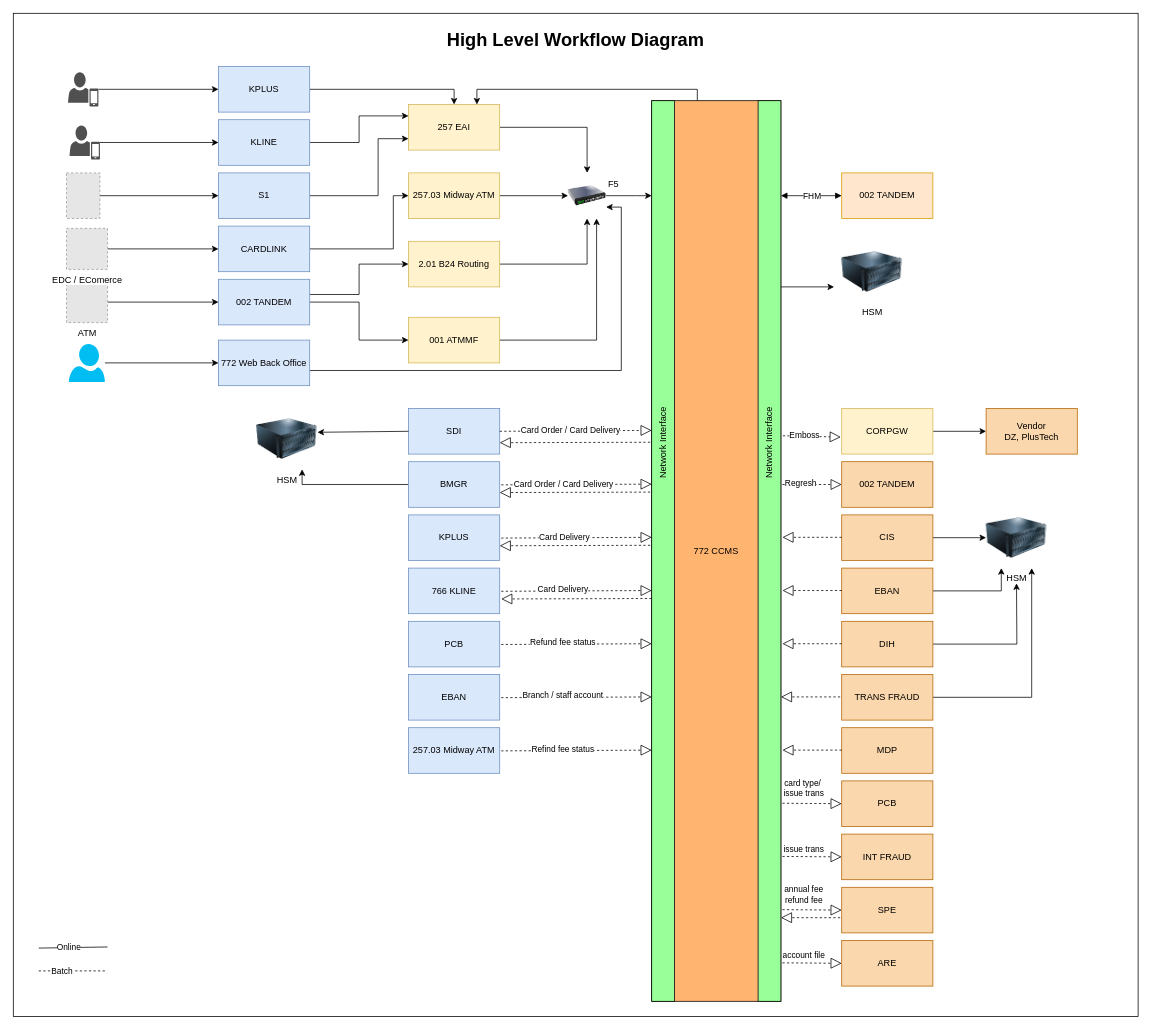
chawaratr/drawio keeps this draw.io diagram as page "High Level Diagram" (2 of 7) of CCMS_Diagram.drawio. Above is the earlier version. Source tidied: cells renumbered, new cells numbered last; positions are measured from the earlier drawing's top-left corner, leaving out a move shared by most shapes. Both pictures are drawn from the tidied source at 76%, with x=0, y=0 at pixel (13, 13). Pictures stored in the file or linked from it are replaced by grey dashed boxes.
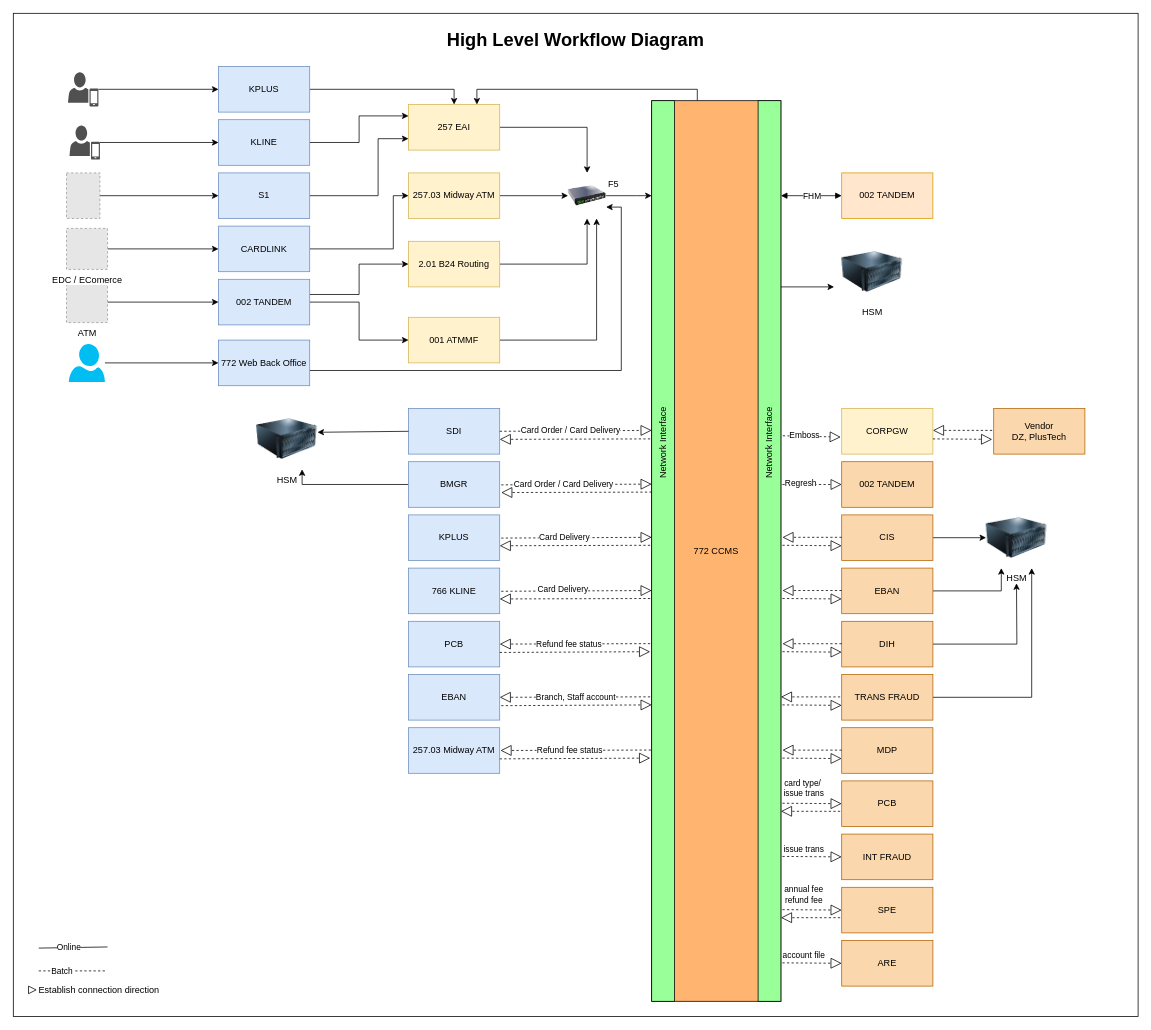
After the change.

Unchanged cells that the change refers to:
```xml
<mxCell id="26" value="SDI" style="rounded=0;whiteSpace=wrap;html=1;fillColor=#dae8fc;strokeColor=#6c8ebf;" parent="1" vertex="1">
  <mxGeometry x="520" y="520" width="120" height="60" as="geometry" />
</mxCell>
<mxCell id="40" value="CORPGW" style="rounded=0;whiteSpace=wrap;html=1;fillColor=#fff2cc;strokeColor=#d6b656;" parent="1" vertex="1">
  <mxGeometry x="1090" y="520" width="120" height="60" as="geometry" />
</mxCell>
```

Change to the diagram source:
```diff
@@
-    <mxCell id="39" style="edgeStyle=orthogonalEdgeStyle;rounded=0;jettySize=auto;html=1;" parent="1" edge="1" source="40" target="88">
-      <mxGeometry relative="1" as="geometry" />
-    </mxCell>
@@
     <mxCell id="88" value="Vendor&lt;div&gt;DZ, PlusTech&lt;/div&gt;" style="rounded=0;whiteSpace=wrap;html=1;fillColor=#fad7ac;strokeColor=#b46504;" parent="1" vertex="1">
-      <mxGeometry x="1280" y="520" width="120" height="60" as="geometry" />
+      <mxGeometry x="1290" y="520" width="120" height="60" as="geometry" />
     </mxCell>
@@
-    <mxCell id="90" style="endArrow=block;dashed=1;endFill=0;endSize=12;html=1;rounded=0;entryX=-0.018;entryY=0.599;entryDx=0;entryDy=0;entryPerimeter=0;exitX=1;exitY=0.5;exitDx=0;exitDy=0;" parent="1" edge="1">
-      <mxGeometry relative="1" as="geometry">
-        <mxPoint x="642" y="830.5" as="sourcePoint" />
-        <mxPoint x="840" y="829.5" as="targetPoint" />
-      </mxGeometry>
-    </mxCell>
-    <mxCell id="91" value="Refund fee status" style="edgeLabel;html=1;align=center;verticalAlign=middle;" parent="90" vertex="1">
-      <mxGeometry x="-0.17" y="3" relative="1" as="geometry">
-        <mxPoint x="-1" as="offset" />
-      </mxGeometry>
-    </mxCell>
@@
-    <mxCell id="101" style="endArrow=block;dashed=1;endFill=0;endSize=12;html=1;rounded=0;entryX=1.015;entryY=0.491;entryDx=0;entryDy=0;entryPerimeter=0;exitX=0;exitY=0.5;exitDx=0;exitDy=0;" parent="1" edge="1">
-      <mxGeometry relative="1" as="geometry">
-        <mxPoint x="1088" y="1190" as="sourcePoint" />
-        <mxPoint x="1010" y="1190" as="targetPoint" />
-      </mxGeometry>
-    </mxCell>
@@
-    <mxCell id="103" style="endArrow=block;dashed=1;endFill=0;endSize=12;html=1;rounded=0;entryX=-0.018;entryY=0.599;entryDx=0;entryDy=0;entryPerimeter=0;exitX=1;exitY=0.5;exitDx=0;exitDy=0;" parent="1" edge="1">
-      <mxGeometry relative="1" as="geometry">
-        <mxPoint x="642" y="900.5" as="sourcePoint" />
-        <mxPoint x="840" y="899.5" as="targetPoint" />
-      </mxGeometry>
-    </mxCell>
-    <mxCell id="104" value="Branch / staff account" style="edgeLabel;html=1;align=center;verticalAlign=middle;" parent="103" vertex="1">
-      <mxGeometry x="-0.17" y="3" relative="1" as="geometry">
-        <mxPoint x="-1" as="offset" />
-      </mxGeometry>
-    </mxCell>
-    <mxCell id="105" style="endArrow=block;dashed=1;endFill=0;endSize=12;html=1;rounded=0;entryX=1;entryY=0.75;entryDx=0;entryDy=0;exitX=0;exitY=0.5;exitDx=0;exitDy=0;" parent="1" edge="1" target="26">
-      <mxGeometry relative="1" as="geometry">
-        <mxPoint x="838" y="564.4" as="sourcePoint" />
-      </mxGeometry>
-    </mxCell>
-    <mxCell id="106" style="endArrow=block;dashed=1;endFill=0;endSize=12;html=1;rounded=0;entryX=1;entryY=0.75;entryDx=0;entryDy=0;exitX=0;exitY=0.5;exitDx=0;exitDy=0;" parent="1" edge="1">
-      <mxGeometry relative="1" as="geometry">
-        <mxPoint x="838" y="630" as="sourcePoint" />
-        <mxPoint x="640" y="630.6" as="targetPoint" />
-      </mxGeometry>
-    </mxCell>
-    <mxCell id="107" style="endArrow=block;dashed=1;endFill=0;endSize=12;html=1;rounded=0;entryX=1;entryY=0.75;entryDx=0;entryDy=0;exitX=0;exitY=0.5;exitDx=0;exitDy=0;" parent="1" edge="1">
-      <mxGeometry relative="1" as="geometry">
-        <mxPoint x="838" y="700" as="sourcePoint" />
-        <mxPoint x="640" y="700.6" as="targetPoint" />
-      </mxGeometry>
-    </mxCell>
-    <mxCell id="108" style="endArrow=block;dashed=1;endFill=0;endSize=12;html=1;rounded=0;entryX=1;entryY=0.75;entryDx=0;entryDy=0;exitX=0;exitY=0.5;exitDx=0;exitDy=0;" parent="1" edge="1">
-      <mxGeometry relative="1" as="geometry">
-        <mxPoint x="840" y="770" as="sourcePoint" />
-        <mxPoint x="642" y="770.6" as="targetPoint" />
-      </mxGeometry>
-    </mxCell>
@@
-    <mxCell id="113" style="endArrow=block;dashed=1;endFill=0;endSize=12;html=1;rounded=0;entryX=-0.018;entryY=0.599;entryDx=0;entryDy=0;entryPerimeter=0;exitX=1;exitY=0.5;exitDx=0;exitDy=0;" parent="1" edge="1">
-      <mxGeometry relative="1" as="geometry">
-        <mxPoint x="642" y="970.5" as="sourcePoint" />
-        <mxPoint x="840" y="969.5" as="targetPoint" />
-      </mxGeometry>
-    </mxCell>
-    <mxCell id="114" value="Refind fee status" style="edgeLabel;html=1;align=center;verticalAlign=middle;" parent="113" vertex="1">
-      <mxGeometry x="-0.17" y="3" relative="1" as="geometry">
-        <mxPoint x="-1" as="offset" />
-      </mxGeometry>
-    </mxCell>
@@
+    <mxCell id="119" style="endArrow=block;dashed=1;endFill=0;endSize=12;html=1;rounded=0;entryX=1;entryY=0.75;entryDx=0;entryDy=0;exitX=0;exitY=0.5;exitDx=0;exitDy=0;" parent="1" edge="1">
+      <mxGeometry relative="1" as="geometry">
+        <mxPoint x="838" y="829.4" as="sourcePoint" />
+        <mxPoint x="640" y="830" as="targetPoint" />
+      </mxGeometry>
+    </mxCell>
+    <mxCell id="120" value="Refund fee status" style="edgeLabel;html=1;align=center;verticalAlign=middle;" parent="119" vertex="1">
+      <mxGeometry x="0.3" relative="1" as="geometry">
+        <mxPoint x="21" as="offset" />
+      </mxGeometry>
+    </mxCell>
+    <mxCell id="121" style="endArrow=block;dashed=1;endFill=0;endSize=12;html=1;rounded=0;entryX=1;entryY=0.75;entryDx=0;entryDy=0;exitX=0;exitY=0.5;exitDx=0;exitDy=0;" parent="1" edge="1">
+      <mxGeometry relative="1" as="geometry">
+        <mxPoint x="838" y="899.4" as="sourcePoint" />
+        <mxPoint x="640" y="900" as="targetPoint" />
+      </mxGeometry>
+    </mxCell>
+    <mxCell id="122" value="Branch, Staff account" style="edgeLabel;html=1;align=center;verticalAlign=middle;" parent="121" vertex="1">
+      <mxGeometry x="0.45" y="-2" relative="1" as="geometry">
+        <mxPoint x="46" y="2" as="offset" />
+      </mxGeometry>
+    </mxCell>
+    <mxCell id="123" style="endArrow=block;dashed=1;endFill=0;endSize=12;html=1;rounded=0;entryX=1;entryY=0.75;entryDx=0;entryDy=0;exitX=0;exitY=0.5;exitDx=0;exitDy=0;" parent="1" edge="1">
+      <mxGeometry relative="1" as="geometry">
+        <mxPoint x="839" y="969.4" as="sourcePoint" />
+        <mxPoint x="641" y="970" as="targetPoint" />
+      </mxGeometry>
+    </mxCell>
+    <mxCell id="124" value="Refund fee status" style="edgeLabel;html=1;align=center;verticalAlign=middle;" parent="123" vertex="1">
+      <mxGeometry x="0.3" relative="1" as="geometry">
+        <mxPoint x="21" as="offset" />
+      </mxGeometry>
+    </mxCell>
+    <mxCell id="125" value="Establish connection direction" style="text;html=1;align=center;verticalAlign=middle;whiteSpace=wrap;rounded=0;" parent="1" vertex="1">
+      <mxGeometry x="30" y="1270" width="166" height="30" as="geometry" />
+    </mxCell>
+    <mxCell id="126" style="triangle;whiteSpace=wrap;html=1;" parent="1" vertex="1">
+      <mxGeometry x="20" y="1280" width="10" height="10" as="geometry" />
+    </mxCell>
+    <mxCell id="127" style="endArrow=block;dashed=1;endFill=0;endSize=12;html=1;rounded=0;entryX=-0.018;entryY=0.599;entryDx=0;entryDy=0;entryPerimeter=0;exitX=1;exitY=0.5;exitDx=0;exitDy=0;" parent="1" edge="1">
+      <mxGeometry relative="1" as="geometry">
+        <mxPoint x="640" y="841" as="sourcePoint" />
+        <mxPoint x="838" y="840" as="targetPoint" />
+      </mxGeometry>
+    </mxCell>
+    <mxCell id="128" style="endArrow=block;dashed=1;endFill=0;endSize=12;html=1;rounded=0;entryX=-0.018;entryY=0.599;entryDx=0;entryDy=0;entryPerimeter=0;exitX=1;exitY=0.5;exitDx=0;exitDy=0;" parent="1" edge="1">
+      <mxGeometry relative="1" as="geometry">
+        <mxPoint x="642" y="911" as="sourcePoint" />
+        <mxPoint x="840" y="910" as="targetPoint" />
+      </mxGeometry>
+    </mxCell>
+    <mxCell id="129" style="endArrow=block;dashed=1;endFill=0;endSize=12;html=1;rounded=0;entryX=-0.018;entryY=0.599;entryDx=0;entryDy=0;entryPerimeter=0;exitX=1;exitY=0.5;exitDx=0;exitDy=0;" parent="1" edge="1">
+      <mxGeometry relative="1" as="geometry">
+        <mxPoint x="640" y="981" as="sourcePoint" />
+        <mxPoint x="838" y="980" as="targetPoint" />
+      </mxGeometry>
+    </mxCell>
+    <mxCell id="130" style="endArrow=block;dashed=1;endFill=0;endSize=12;html=1;rounded=0;entryX=1;entryY=0.75;entryDx=0;entryDy=0;exitX=0;exitY=0.5;exitDx=0;exitDy=0;" parent="1" edge="1">
+      <mxGeometry relative="1" as="geometry">
+        <mxPoint x="838" y="560" as="sourcePoint" />
+        <mxPoint x="640" y="560.6" as="targetPoint" />
+      </mxGeometry>
+    </mxCell>
+    <mxCell id="131" style="endArrow=block;dashed=1;endFill=0;endSize=12;html=1;rounded=0;entryX=1;entryY=0.75;entryDx=0;entryDy=0;exitX=0;exitY=0.5;exitDx=0;exitDy=0;" parent="1" edge="1">
+      <mxGeometry relative="1" as="geometry">
+        <mxPoint x="840" y="630" as="sourcePoint" />
+        <mxPoint x="642" y="630.6" as="targetPoint" />
+      </mxGeometry>
+    </mxCell>
+    <mxCell id="132" style="endArrow=block;dashed=1;endFill=0;endSize=12;html=1;rounded=0;entryX=1;entryY=0.75;entryDx=0;entryDy=0;exitX=0;exitY=0.5;exitDx=0;exitDy=0;" parent="1" edge="1">
+      <mxGeometry relative="1" as="geometry">
+        <mxPoint x="838" y="700" as="sourcePoint" />
+        <mxPoint x="640" y="700.6" as="targetPoint" />
+      </mxGeometry>
+    </mxCell>
+    <mxCell id="133" style="endArrow=block;dashed=1;endFill=0;endSize=12;html=1;rounded=0;entryX=1;entryY=0.75;entryDx=0;entryDy=0;exitX=0;exitY=0.5;exitDx=0;exitDy=0;" parent="1" edge="1">
+      <mxGeometry relative="1" as="geometry">
+        <mxPoint x="838" y="770" as="sourcePoint" />
+        <mxPoint x="640" y="770.6" as="targetPoint" />
+      </mxGeometry>
+    </mxCell>
+    <mxCell id="134" style="endArrow=block;dashed=1;endFill=0;endSize=12;html=1;rounded=0;" parent="1" edge="1">
+      <mxGeometry relative="1" as="geometry">
+        <mxPoint x="1210" y="560" as="sourcePoint" />
+        <mxPoint x="1288" y="560.6" as="targetPoint" />
+      </mxGeometry>
+    </mxCell>
+    <mxCell id="135" style="endArrow=block;dashed=1;endFill=0;endSize=12;html=1;rounded=0;" parent="1" edge="1">
+      <mxGeometry relative="1" as="geometry">
+        <mxPoint x="1012" y="700" as="sourcePoint" />
+        <mxPoint x="1090" y="700.6" as="targetPoint" />
+      </mxGeometry>
+    </mxCell>
+    <mxCell id="136" style="endArrow=block;dashed=1;endFill=0;endSize=12;html=1;rounded=0;" parent="1" edge="1">
+      <mxGeometry relative="1" as="geometry">
+        <mxPoint x="1012" y="770" as="sourcePoint" />
+        <mxPoint x="1090" y="770.6" as="targetPoint" />
+      </mxGeometry>
+    </mxCell>
+    <mxCell id="137" style="endArrow=block;dashed=1;endFill=0;endSize=12;html=1;rounded=0;" parent="1" edge="1">
+      <mxGeometry relative="1" as="geometry">
+        <mxPoint x="1012" y="840" as="sourcePoint" />
+        <mxPoint x="1090" y="840.6" as="targetPoint" />
+      </mxGeometry>
+    </mxCell>
+    <mxCell id="138" style="endArrow=block;dashed=1;endFill=0;endSize=12;html=1;rounded=0;" parent="1" edge="1">
+      <mxGeometry relative="1" as="geometry">
+        <mxPoint x="1012" y="910" as="sourcePoint" />
+        <mxPoint x="1090" y="910.6" as="targetPoint" />
+      </mxGeometry>
+    </mxCell>
+    <mxCell id="139" style="endArrow=block;dashed=1;endFill=0;endSize=12;html=1;rounded=0;" parent="1" edge="1">
+      <mxGeometry relative="1" as="geometry">
+        <mxPoint x="1012" y="980" as="sourcePoint" />
+        <mxPoint x="1090" y="980.6" as="targetPoint" />
+      </mxGeometry>
+    </mxCell>
+    <mxCell id="140" style="endArrow=block;dashed=1;endFill=0;endSize=12;html=1;rounded=0;entryX=1.015;entryY=0.491;entryDx=0;entryDy=0;entryPerimeter=0;exitX=0;exitY=0.5;exitDx=0;exitDy=0;" parent="1" edge="1">
+      <mxGeometry relative="1" as="geometry">
+        <mxPoint x="1088" y="1050" as="sourcePoint" />
+        <mxPoint x="1010" y="1050" as="targetPoint" />
+      </mxGeometry>
+    </mxCell>
+    <mxCell id="141" style="endArrow=block;dashed=1;endFill=0;endSize=12;html=1;rounded=0;entryX=1.015;entryY=0.491;entryDx=0;entryDy=0;entryPerimeter=0;exitX=0;exitY=0.5;exitDx=0;exitDy=0;" parent="1" edge="1">
+      <mxGeometry relative="1" as="geometry">
+        <mxPoint x="1088" y="1190" as="sourcePoint" />
+        <mxPoint x="1010" y="1190" as="targetPoint" />
+      </mxGeometry>
+    </mxCell>
+    <mxCell id="142" style="endArrow=block;dashed=1;endFill=0;endSize=12;html=1;rounded=0;entryX=1.015;entryY=0.491;entryDx=0;entryDy=0;entryPerimeter=0;exitX=0;exitY=0.5;exitDx=0;exitDy=0;" parent="1" edge="1">
+      <mxGeometry relative="1" as="geometry">
+        <mxPoint x="1288" y="548.8" as="sourcePoint" />
+        <mxPoint x="1210" y="548.8" as="targetPoint" />
+      </mxGeometry>
+    </mxCell>
```
